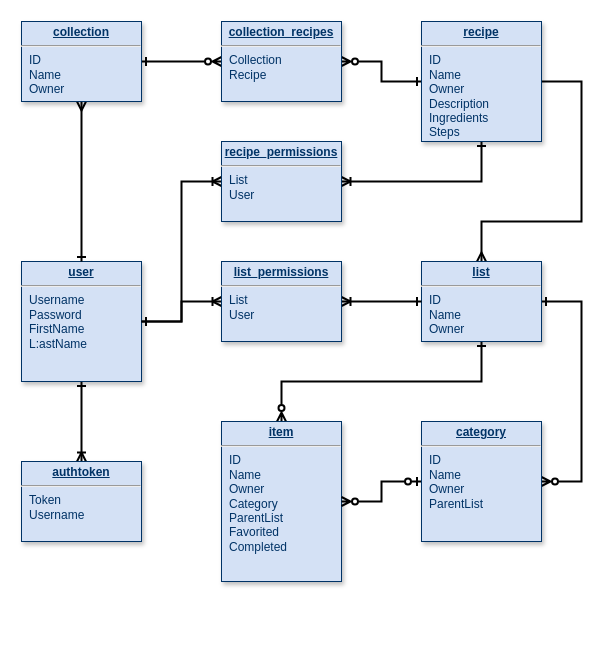
The draw.io diagram db/dbDiagram.drawio in JacksonSahleen/FamilyListServer, before the edit. Source tidied: cells renumbered, new cells numbered last; positions are measured from the earlier drawing's top-left corner, leaving out a move shared by most shapes. Both pictures are drawn from the tidied source at 100%, with x=0, y=0 at pixel (21, 21).
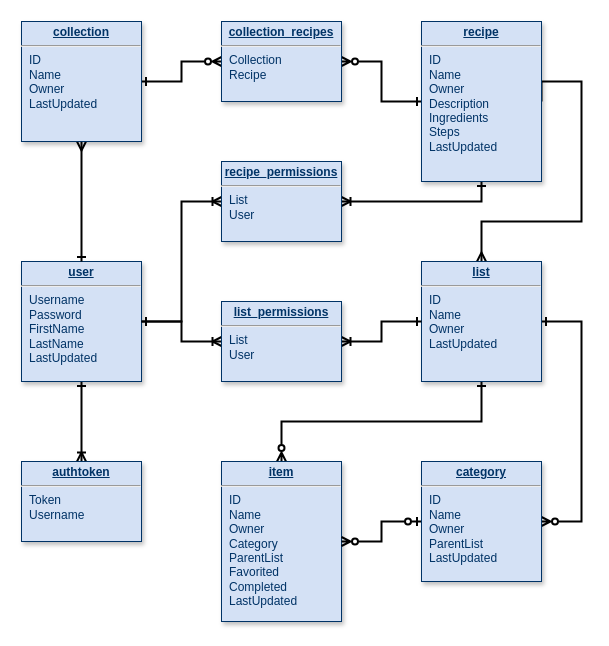
Above is the later version.

Change to the diagram source:
```diff
@@
-    <mxCell id="3" value="&lt;p style=&quot;margin: 0px; margin-top: 4px; text-align: center; text-decoration: underline;&quot;&gt;&lt;strong&gt;user&lt;/strong&gt;&lt;/p&gt;&lt;hr&gt;&lt;p style=&quot;margin: 0px; margin-left: 8px;&quot;&gt;&lt;span style=&quot;background-color: initial;&quot;&gt;Username&lt;/span&gt;&lt;br&gt;&lt;/p&gt;&lt;p style=&quot;margin: 0px; margin-left: 8px;&quot;&gt;Password&lt;/p&gt;&lt;p style=&quot;margin: 0px; margin-left: 8px;&quot;&gt;FirstName&lt;/p&gt;&lt;p style=&quot;margin: 0px; margin-left: 8px;&quot;&gt;L:astName&lt;/p&gt;" style="verticalAlign=top;align=left;overflow=fill;fontSize=12;fontFamily=Helvetica;html=1;strokeColor=#003366;shadow=1;fillColor=#D4E1F5;fontColor=#003366;" parent="1" vertex="1">
+    <mxCell id="3" value="&lt;p style=&quot;margin: 0px; margin-top: 4px; text-align: center; text-decoration: underline;&quot;&gt;&lt;strong&gt;user&lt;/strong&gt;&lt;/p&gt;&lt;hr&gt;&lt;p style=&quot;margin: 0px; margin-left: 8px;&quot;&gt;&lt;span style=&quot;background-color: initial;&quot;&gt;Username&lt;/span&gt;&lt;br&gt;&lt;/p&gt;&lt;p style=&quot;margin: 0px; margin-left: 8px;&quot;&gt;Password&lt;/p&gt;&lt;p style=&quot;margin: 0px; margin-left: 8px;&quot;&gt;FirstName&lt;/p&gt;&lt;p style=&quot;margin: 0px; margin-left: 8px;&quot;&gt;LastName&lt;/p&gt;&lt;p style=&quot;margin: 0px; margin-left: 8px;&quot;&gt;LastUpdated&lt;/p&gt;" style="verticalAlign=top;align=left;overflow=fill;fontSize=12;fontFamily=Helvetica;html=1;strokeColor=#003366;shadow=1;fillColor=#D4E1F5;fontColor=#003366;" parent="1" vertex="1">
       <mxGeometry y="240" width="120" height="120" as="geometry" />
     </mxCell>
@@
-    <mxCell id="5" value="&lt;p style=&quot;margin: 0px; margin-top: 4px; text-align: center; text-decoration: underline;&quot;&gt;&lt;strong&gt;item&lt;/strong&gt;&lt;/p&gt;&lt;hr&gt;&lt;p style=&quot;margin: 0px; margin-left: 8px;&quot;&gt;&lt;span style=&quot;background-color: initial;&quot;&gt;ID&lt;/span&gt;&lt;/p&gt;&lt;p style=&quot;margin: 0px; margin-left: 8px;&quot;&gt;&lt;span style=&quot;background-color: initial;&quot;&gt;Name&lt;/span&gt;&lt;br&gt;&lt;/p&gt;&lt;p style=&quot;margin: 0px; margin-left: 8px;&quot;&gt;&lt;span style=&quot;background-color: initial;&quot;&gt;Owner&lt;/span&gt;&lt;/p&gt;&lt;p style=&quot;margin: 0px; margin-left: 8px;&quot;&gt;Category&lt;/p&gt;&lt;p style=&quot;margin: 0px; margin-left: 8px;&quot;&gt;ParentList&lt;/p&gt;&lt;p style=&quot;margin: 0px; margin-left: 8px;&quot;&gt;Favorited&lt;/p&gt;&lt;p style=&quot;margin: 0px; margin-left: 8px;&quot;&gt;Completed&lt;/p&gt;" style="verticalAlign=top;align=left;overflow=fill;fontSize=12;fontFamily=Helvetica;html=1;strokeColor=#003366;shadow=1;fillColor=#D4E1F5;fontColor=#003366;" parent="1" vertex="1">
-      <mxGeometry x="200" y="400" width="120" height="160" as="geometry" />
+    <mxCell id="5" value="&lt;p style=&quot;margin: 0px; margin-top: 4px; text-align: center; text-decoration: underline;&quot;&gt;&lt;strong&gt;item&lt;/strong&gt;&lt;/p&gt;&lt;hr&gt;&lt;p style=&quot;margin: 0px; margin-left: 8px;&quot;&gt;&lt;span style=&quot;background-color: initial;&quot;&gt;ID&lt;/span&gt;&lt;/p&gt;&lt;p style=&quot;margin: 0px; margin-left: 8px;&quot;&gt;&lt;span style=&quot;background-color: initial;&quot;&gt;Name&lt;/span&gt;&lt;br&gt;&lt;/p&gt;&lt;p style=&quot;margin: 0px; margin-left: 8px;&quot;&gt;&lt;span style=&quot;background-color: initial;&quot;&gt;Owner&lt;/span&gt;&lt;/p&gt;&lt;p style=&quot;margin: 0px; margin-left: 8px;&quot;&gt;Category&lt;/p&gt;&lt;p style=&quot;margin: 0px; margin-left: 8px;&quot;&gt;ParentList&lt;/p&gt;&lt;p style=&quot;margin: 0px; margin-left: 8px;&quot;&gt;Favorited&lt;/p&gt;&lt;p style=&quot;margin: 0px; margin-left: 8px;&quot;&gt;Completed&lt;/p&gt;&lt;p style=&quot;margin: 0px; margin-left: 8px;&quot;&gt;LastUpdated&lt;/p&gt;" style="verticalAlign=top;align=left;overflow=fill;fontSize=12;fontFamily=Helvetica;html=1;strokeColor=#003366;shadow=1;fillColor=#D4E1F5;fontColor=#003366;" parent="1" vertex="1">
+      <mxGeometry x="200" y="440" width="120" height="160" as="geometry" />
     </mxCell>
@@
     <mxCell id="7" style="edgeStyle=orthogonalEdgeStyle;rounded=0;jettySize=auto;html=1;entryX=1;entryY=0.5;entryDx=0;entryDy=0;exitX=1;exitY=0.5;exitDx=0;exitDy=0;startArrow=ERzeroToMany;startFill=0;endArrow=ERone;endFill=0;strokeWidth=2;" parent="1" edge="1" source="8" target="10">
       <mxGeometry relative="1" as="geometry">
         <Array as="points">
-          <mxPoint x="560" y="460" />
-          <mxPoint x="560" y="280" />
+          <mxPoint x="560" y="500" />
+          <mxPoint x="560" y="300" />
         </Array>
       </mxGeometry>
     </mxCell>
-    <mxCell id="8" value="&lt;p style=&quot;margin: 0px; margin-top: 4px; text-align: center; text-decoration: underline;&quot;&gt;&lt;b&gt;category&lt;/b&gt;&lt;/p&gt;&lt;hr&gt;&lt;p style=&quot;margin: 0px; margin-left: 8px;&quot;&gt;ID&lt;/p&gt;&lt;p style=&quot;margin: 0px; margin-left: 8px;&quot;&gt;&lt;span style=&quot;background-color: initial;&quot;&gt;Name&lt;/span&gt;&lt;/p&gt;&lt;p style=&quot;margin: 0px; margin-left: 8px;&quot;&gt;&lt;span style=&quot;background-color: initial;&quot;&gt;Owner&lt;/span&gt;&lt;/p&gt;&lt;p style=&quot;margin: 0px; margin-left: 8px;&quot;&gt;&lt;span style=&quot;background-color: initial;&quot;&gt;ParentList&lt;/span&gt;&lt;br&gt;&lt;/p&gt;" style="verticalAlign=top;align=left;overflow=fill;fontSize=12;fontFamily=Helvetica;html=1;strokeColor=#003366;shadow=1;fillColor=#D4E1F5;fontColor=#003366;" parent="1" vertex="1">
-      <mxGeometry x="400" y="400" width="120" height="120" as="geometry" />
+    <mxCell id="8" value="&lt;p style=&quot;margin: 0px; margin-top: 4px; text-align: center; text-decoration: underline;&quot;&gt;&lt;b&gt;category&lt;/b&gt;&lt;/p&gt;&lt;hr&gt;&lt;p style=&quot;margin: 0px; margin-left: 8px;&quot;&gt;ID&lt;/p&gt;&lt;p style=&quot;margin: 0px; margin-left: 8px;&quot;&gt;&lt;span style=&quot;background-color: initial;&quot;&gt;Name&lt;/span&gt;&lt;/p&gt;&lt;p style=&quot;margin: 0px; margin-left: 8px;&quot;&gt;&lt;span style=&quot;background-color: initial;&quot;&gt;Owner&lt;/span&gt;&lt;/p&gt;&lt;p style=&quot;margin: 0px; margin-left: 8px;&quot;&gt;&lt;span style=&quot;background-color: initial;&quot;&gt;ParentList&lt;/span&gt;&lt;br&gt;&lt;/p&gt;&lt;p style=&quot;margin: 0px; margin-left: 8px;&quot;&gt;&lt;span style=&quot;background-color: initial;&quot;&gt;LastUpdated&lt;/span&gt;&lt;/p&gt;" style="verticalAlign=top;align=left;overflow=fill;fontSize=12;fontFamily=Helvetica;html=1;strokeColor=#003366;shadow=1;fillColor=#D4E1F5;fontColor=#003366;" parent="1" vertex="1">
+      <mxGeometry x="400" y="440" width="120" height="120" as="geometry" />
     </mxCell>
@@
-    <mxCell id="10" value="&lt;p style=&quot;margin: 0px; margin-top: 4px; text-align: center; text-decoration: underline;&quot;&gt;&lt;b&gt;list&lt;/b&gt;&lt;/p&gt;&lt;hr&gt;&lt;p style=&quot;margin: 0px; margin-left: 8px;&quot;&gt;ID&lt;/p&gt;&lt;p style=&quot;margin: 0px; margin-left: 8px;&quot;&gt;Name&lt;/p&gt;&lt;p style=&quot;margin: 0px; margin-left: 8px;&quot;&gt;Owner&lt;/p&gt;" style="verticalAlign=top;align=left;overflow=fill;fontSize=12;fontFamily=Helvetica;html=1;strokeColor=#003366;shadow=1;fillColor=#D4E1F5;fontColor=#003366;" parent="1" vertex="1">
-      <mxGeometry x="400" y="240" width="120" height="80" as="geometry" />
+    <mxCell id="10" value="&lt;p style=&quot;margin: 0px; margin-top: 4px; text-align: center; text-decoration: underline;&quot;&gt;&lt;b&gt;list&lt;/b&gt;&lt;/p&gt;&lt;hr&gt;&lt;p style=&quot;margin: 0px; margin-left: 8px;&quot;&gt;ID&lt;/p&gt;&lt;p style=&quot;margin: 0px; margin-left: 8px;&quot;&gt;Name&lt;/p&gt;&lt;p style=&quot;margin: 0px; margin-left: 8px;&quot;&gt;Owner&lt;/p&gt;&lt;p style=&quot;margin: 0px; margin-left: 8px;&quot;&gt;LastUpdated&lt;/p&gt;" style="verticalAlign=top;align=left;overflow=fill;fontSize=12;fontFamily=Helvetica;html=1;strokeColor=#003366;shadow=1;fillColor=#D4E1F5;fontColor=#003366;" parent="1" vertex="1">
+      <mxGeometry x="400" y="240" width="120" height="120" as="geometry" />
     </mxCell>
@@
-    <mxCell id="14" value="&lt;p style=&quot;margin: 0px; margin-top: 4px; text-align: center; text-decoration: underline;&quot;&gt;&lt;strong&gt;recipe&lt;/strong&gt;&lt;/p&gt;&lt;hr&gt;&lt;p style=&quot;margin: 0px; margin-left: 8px;&quot;&gt;&lt;span style=&quot;background-color: initial;&quot;&gt;ID&lt;/span&gt;&lt;/p&gt;&lt;p style=&quot;margin: 0px; margin-left: 8px;&quot;&gt;&lt;span style=&quot;background-color: initial;&quot;&gt;Name&lt;/span&gt;&lt;br&gt;&lt;/p&gt;&lt;p style=&quot;margin: 0px; margin-left: 8px;&quot;&gt;&lt;span style=&quot;background-color: initial;&quot;&gt;Owner&lt;/span&gt;&lt;/p&gt;&lt;p style=&quot;margin: 0px; margin-left: 8px;&quot;&gt;Description&lt;/p&gt;&lt;p style=&quot;margin: 0px; margin-left: 8px;&quot;&gt;&lt;span style=&quot;background-color: initial;&quot;&gt;Ingredients&lt;/span&gt;&lt;br&gt;&lt;/p&gt;&lt;p style=&quot;margin: 0px; margin-left: 8px;&quot;&gt;Steps&lt;/p&gt;" style="verticalAlign=top;align=left;overflow=fill;fontSize=12;fontFamily=Helvetica;html=1;strokeColor=#003366;shadow=1;fillColor=#D4E1F5;fontColor=#003366;" parent="1" vertex="1">
-      <mxGeometry x="400" width="120" height="120" as="geometry" />
+    <mxCell id="14" value="&lt;p style=&quot;margin: 0px; margin-top: 4px; text-align: center; text-decoration: underline;&quot;&gt;&lt;strong&gt;recipe&lt;/strong&gt;&lt;/p&gt;&lt;hr&gt;&lt;p style=&quot;margin: 0px; margin-left: 8px;&quot;&gt;&lt;span style=&quot;background-color: initial;&quot;&gt;ID&lt;/span&gt;&lt;/p&gt;&lt;p style=&quot;margin: 0px; margin-left: 8px;&quot;&gt;&lt;span style=&quot;background-color: initial;&quot;&gt;Name&lt;/span&gt;&lt;br&gt;&lt;/p&gt;&lt;p style=&quot;margin: 0px; margin-left: 8px;&quot;&gt;&lt;span style=&quot;background-color: initial;&quot;&gt;Owner&lt;/span&gt;&lt;/p&gt;&lt;p style=&quot;margin: 0px; margin-left: 8px;&quot;&gt;Description&lt;/p&gt;&lt;p style=&quot;margin: 0px; margin-left: 8px;&quot;&gt;&lt;span style=&quot;background-color: initial;&quot;&gt;Ingredients&lt;/span&gt;&lt;br&gt;&lt;/p&gt;&lt;p style=&quot;margin: 0px; margin-left: 8px;&quot;&gt;Steps&lt;/p&gt;&lt;p style=&quot;margin: 0px; margin-left: 8px;&quot;&gt;LastUpdated&lt;/p&gt;" style="verticalAlign=top;align=left;overflow=fill;fontSize=12;fontFamily=Helvetica;html=1;strokeColor=#003366;shadow=1;fillColor=#D4E1F5;fontColor=#003366;" parent="1" vertex="1">
+      <mxGeometry x="400" width="120" height="160" as="geometry" />
     </mxCell>
@@
-    <mxCell id="17" value="&lt;p style=&quot;margin: 0px; margin-top: 4px; text-align: center; text-decoration: underline;&quot;&gt;&lt;b&gt;collection&lt;/b&gt;&lt;/p&gt;&lt;hr&gt;&lt;p style=&quot;margin: 0px; margin-left: 8px;&quot;&gt;ID&lt;/p&gt;&lt;p style=&quot;margin: 0px; margin-left: 8px;&quot;&gt;Name&lt;/p&gt;&lt;p style=&quot;margin: 0px; margin-left: 8px;&quot;&gt;Owner&lt;/p&gt;" style="verticalAlign=top;align=left;overflow=fill;fontSize=12;fontFamily=Helvetica;html=1;strokeColor=#003366;shadow=1;fillColor=#D4E1F5;fontColor=#003366;" parent="1" vertex="1">
-      <mxGeometry width="120" height="80" as="geometry" />
+    <mxCell id="17" value="&lt;p style=&quot;margin: 0px; margin-top: 4px; text-align: center; text-decoration: underline;&quot;&gt;&lt;b&gt;collection&lt;/b&gt;&lt;/p&gt;&lt;hr&gt;&lt;p style=&quot;margin: 0px; margin-left: 8px;&quot;&gt;ID&lt;/p&gt;&lt;p style=&quot;margin: 0px; margin-left: 8px;&quot;&gt;Name&lt;/p&gt;&lt;p style=&quot;margin: 0px; margin-left: 8px;&quot;&gt;Owner&lt;/p&gt;&lt;p style=&quot;margin: 0px; margin-left: 8px;&quot;&gt;LastUpdated&lt;/p&gt;" style="verticalAlign=top;align=left;overflow=fill;fontSize=12;fontFamily=Helvetica;html=1;strokeColor=#003366;shadow=1;fillColor=#D4E1F5;fontColor=#003366;" parent="1" vertex="1">
+      <mxGeometry width="120" height="120" as="geometry" />
     </mxCell>
@@
     <mxCell id="21" value="&lt;p style=&quot;margin: 0px; margin-top: 4px; text-align: center; text-decoration: underline;&quot;&gt;&lt;b&gt;list_permissions&lt;/b&gt;&lt;/p&gt;&lt;hr&gt;&lt;p style=&quot;margin: 0px; margin-left: 8px;&quot;&gt;List&lt;/p&gt;&lt;p style=&quot;margin: 0px; margin-left: 8px;&quot;&gt;User&lt;/p&gt;" style="verticalAlign=top;align=left;overflow=fill;fontSize=12;fontFamily=Helvetica;html=1;strokeColor=#003366;shadow=1;fillColor=#D4E1F5;fontColor=#003366;" parent="1" vertex="1">
-      <mxGeometry x="200" y="240" width="120" height="80" as="geometry" />
+      <mxGeometry x="200" y="280" width="120" height="80" as="geometry" />
     </mxCell>
@@
     <mxCell id="23" value="&lt;p style=&quot;margin: 0px; margin-top: 4px; text-align: center; text-decoration: underline;&quot;&gt;&lt;b&gt;recipe_permissions&lt;/b&gt;&lt;/p&gt;&lt;hr&gt;&lt;p style=&quot;margin: 0px; margin-left: 8px;&quot;&gt;List&lt;/p&gt;&lt;p style=&quot;margin: 0px; margin-left: 8px;&quot;&gt;User&lt;/p&gt;" style="verticalAlign=top;align=left;overflow=fill;fontSize=12;fontFamily=Helvetica;html=1;strokeColor=#003366;shadow=1;fillColor=#D4E1F5;fontColor=#003366;" parent="1" vertex="1">
-      <mxGeometry x="200" y="120" width="120" height="80" as="geometry" />
+      <mxGeometry x="200" y="140" width="120" height="80" as="geometry" />
     </mxCell>
```
